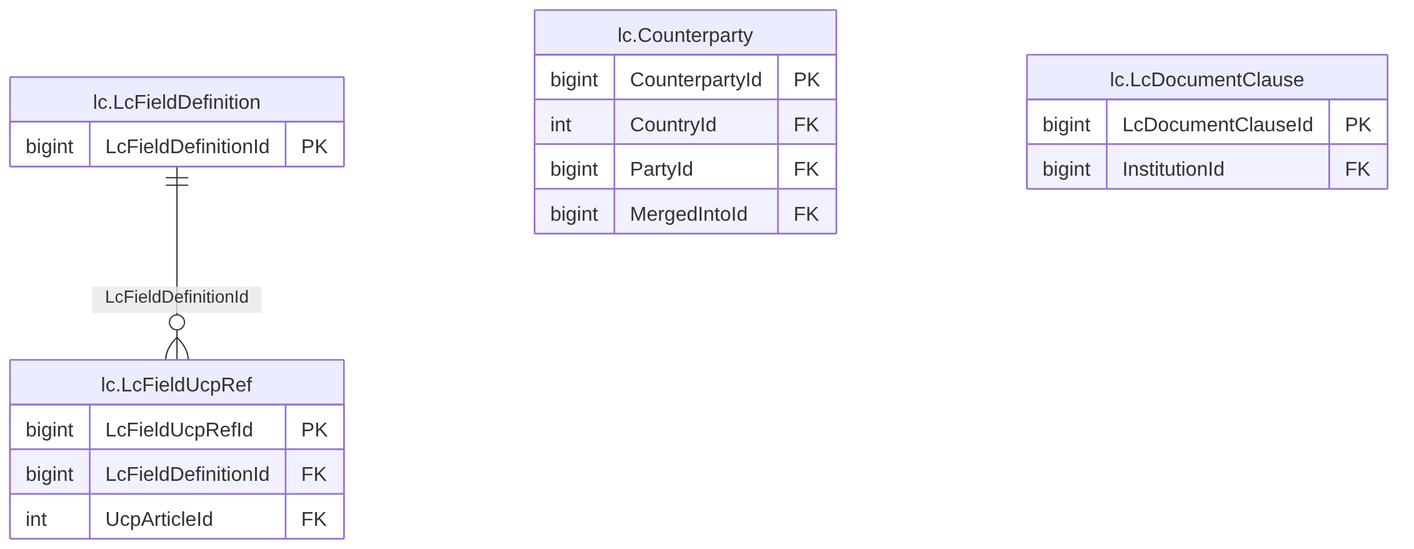
Before: treasury-platform/docs/diagrams/erd/m7_8_lc_terms_1.png, a diagram exported from Mermaid (thawrasy/smartlines). Its source is kept beside it as treasury-platform/docs/diagrams/erd/m7_8_lc_terms_1.mmd.
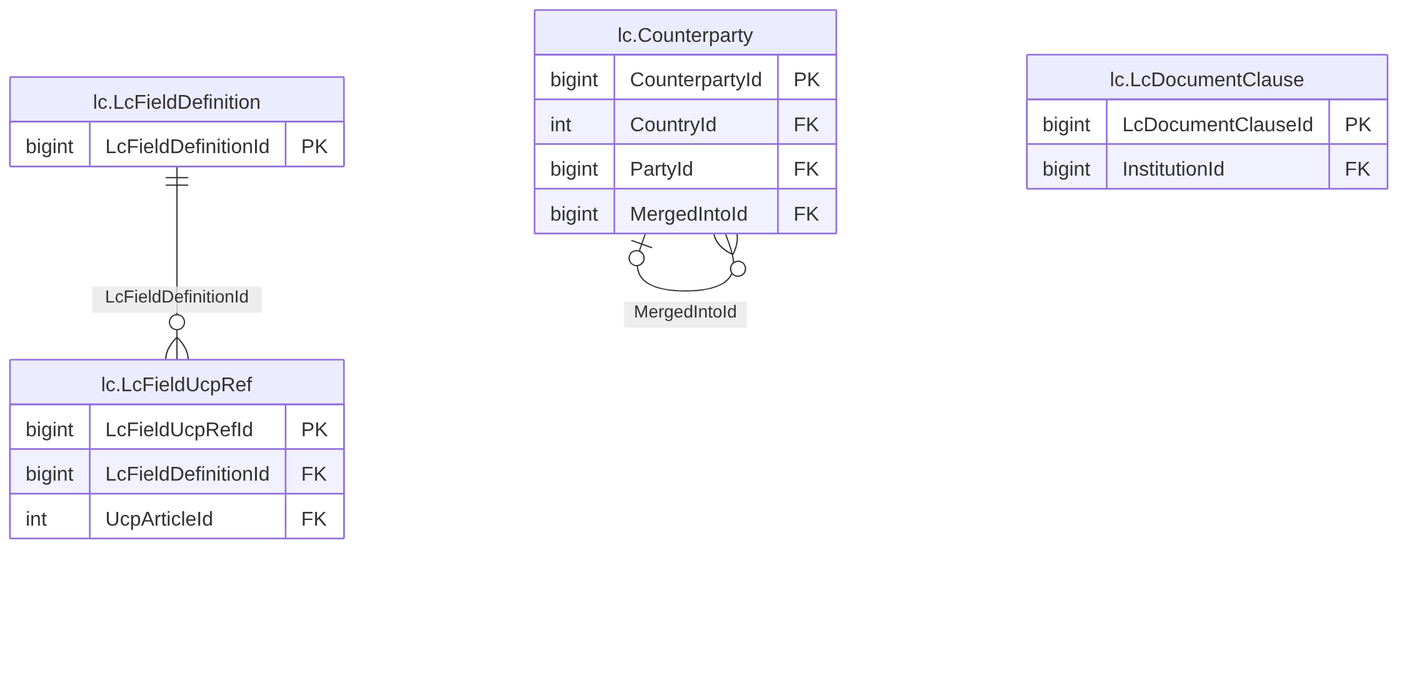
Above is the later version.

Change to the diagram source:
```diff
@@ -17,4 +17,5 @@
     bigint LcDocumentClauseId PK
     bigint InstitutionId FK
   }
+  lc_Counterparty |o--o{ lc_Counterparty : "MergedIntoId"
   lc_LcFieldDefinition ||--o{ lc_LcFieldUcpRef : "LcFieldDefinitionId"
```
